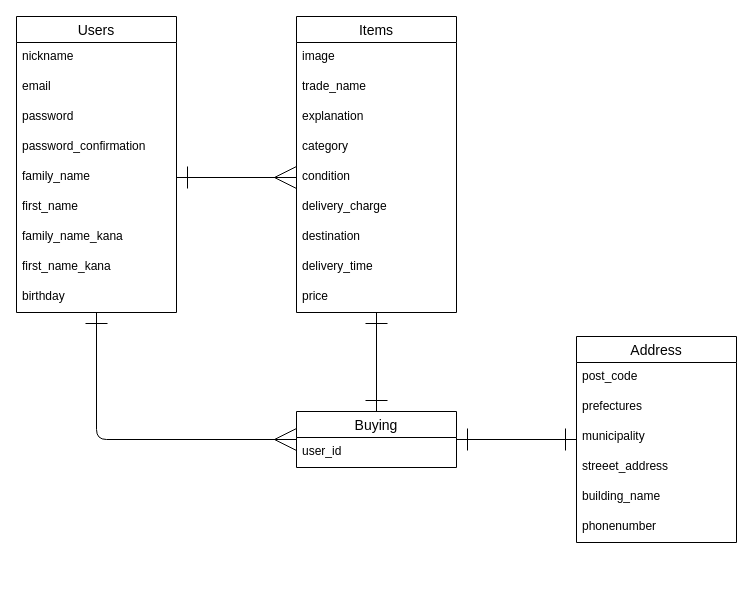
The draw.io diagram furima_ER.drawio.dio in maeda88/furima-39973, before the edit. Source tidied: cells renumbered, new cells numbered last; positions are measured from the earlier drawing's top-left corner, leaving out a move shared by most shapes. Both pictures are drawn from the tidied source at 100%, with x=0, y=0 at pixel (16, 16).
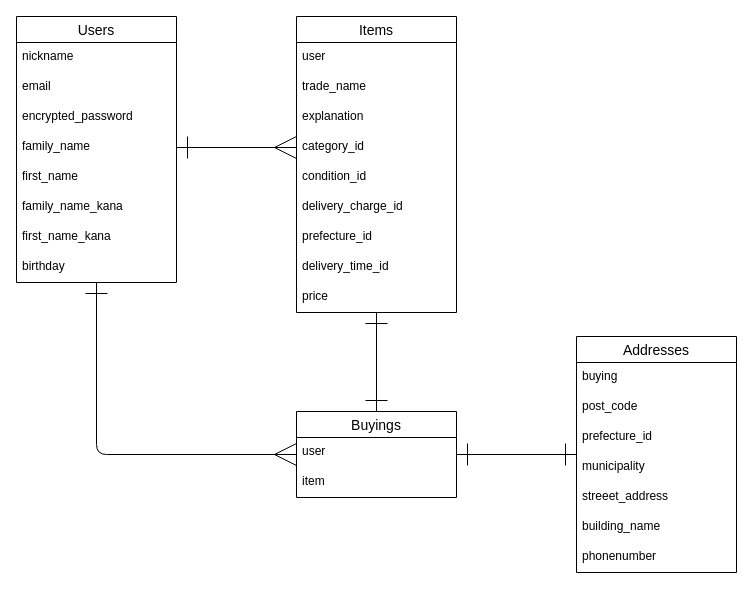
After the change.

Unchanged cells that the change refers to:
```xml
<mxCell id="14" value="Items" style="swimlane;fontStyle=0;horizontal=1;startSize=26;align=center;fontSize=14;" parent="1" vertex="1">
  <mxGeometry x="280" width="160" height="296" as="geometry" />
</mxCell>
```

What changed in the source:
```diff
@@
     <mxCell id="2" style="edgeStyle=none;html=1;entryX=0;entryY=0.5;entryDx=0;entryDy=0;strokeWidth=1;startArrow=ERone;startFill=0;endArrow=ERmany;endFill=0;startSize=20;endSize=20;" parent="1" edge="1" source="3" target="25">
       <mxGeometry relative="1" as="geometry">
         <Array as="points">
-          <mxPoint x="80" y="423" />
+          <mxPoint x="80" y="438" />
         </Array>
       </mxGeometry>
     </mxCell>
     <mxCell id="3" value="Users" style="swimlane;fontStyle=0;horizontal=1;startSize=26;align=center;fontSize=14;" parent="1" vertex="1">
-      <mxGeometry width="160" height="296" as="geometry" />
+      <mxGeometry width="160" height="266" as="geometry" />
     </mxCell>
@@
-    <mxCell id="6" value="password" style="text;strokeColor=none;fillColor=none;spacingLeft=4;spacingRight=4;overflow=hidden;fontSize=12;" parent="3" vertex="1">
+    <mxCell id="6" value="encrypted_password" style="text;strokeColor=none;fillColor=none;spacingLeft=4;spacingRight=4;overflow=hidden;fontSize=12;" parent="3" vertex="1">
       <mxGeometry y="86" width="160" height="30" as="geometry" />
     </mxCell>
-    <mxCell id="7" value="password_confirmation" style="text;strokeColor=none;fillColor=none;spacingLeft=4;spacingRight=4;overflow=hidden;fontSize=12;" parent="3" vertex="1">
-      <mxGeometry y="116" width="160" height="30" as="geometry" />
-    </mxCell>
     <mxCell id="8" value="family_name" style="text;strokeColor=none;fillColor=none;spacingLeft=4;spacingRight=4;overflow=hidden;points=[[0,0.5],[1,0.5]];portConstraint=eastwest;fontSize=12;" parent="3" vertex="1">
-      <mxGeometry y="146" width="160" height="30" as="geometry" />
+      <mxGeometry y="116" width="160" height="30" as="geometry" />
     </mxCell>
     <mxCell id="9" value="first_name" style="text;strokeColor=none;fillColor=none;spacingLeft=4;spacingRight=4;overflow=hidden;fontSize=12;" parent="3" vertex="1">
-      <mxGeometry y="176" width="160" height="30" as="geometry" />
+      <mxGeometry y="146" width="160" height="30" as="geometry" />
     </mxCell>
     <mxCell id="10" value="family_name_kana" style="text;strokeColor=none;fillColor=none;spacingLeft=4;spacingRight=4;overflow=hidden;fontSize=12;" parent="3" vertex="1">
-      <mxGeometry y="206" width="160" height="30" as="geometry" />
+      <mxGeometry y="176" width="160" height="30" as="geometry" />
     </mxCell>
     <mxCell id="11" value="first_name_kana" style="text;strokeColor=none;fillColor=none;spacingLeft=4;spacingRight=4;overflow=hidden;fontSize=12;" parent="3" vertex="1">
-      <mxGeometry y="236" width="160" height="30" as="geometry" />
+      <mxGeometry y="206" width="160" height="30" as="geometry" />
     </mxCell>
     <mxCell id="12" value="birthday" style="text;strokeColor=none;fillColor=none;spacingLeft=4;spacingRight=4;overflow=hidden;fontSize=12;" parent="3" vertex="1">
-      <mxGeometry y="266" width="160" height="30" as="geometry" />
+      <mxGeometry y="236" width="160" height="30" as="geometry" />
     </mxCell>
@@
-    <mxCell id="15" value="image" style="text;strokeColor=none;fillColor=none;spacingLeft=4;spacingRight=4;overflow=hidden;fontSize=12;" parent="14" vertex="1">
+    <mxCell id="15" value="user" style="text;strokeColor=none;fillColor=none;spacingLeft=4;spacingRight=4;overflow=hidden;fontSize=12;" parent="14" vertex="1">
       <mxGeometry y="26" width="160" height="30" as="geometry" />
     </mxCell>
@@
-    <mxCell id="18" value="category" style="text;strokeColor=none;fillColor=none;spacingLeft=4;spacingRight=4;overflow=hidden;points=[[0,0.5],[1,0.5]];portConstraint=eastwest;fontSize=12;" parent="14" vertex="1">
+    <mxCell id="18" value="category_id" style="text;strokeColor=none;fillColor=none;spacingLeft=4;spacingRight=4;overflow=hidden;points=[[0,0.5],[1,0.5]];portConstraint=eastwest;fontSize=12;" parent="14" vertex="1">
       <mxGeometry y="116" width="160" height="30" as="geometry" />
     </mxCell>
-    <mxCell id="19" value="condition" style="text;strokeColor=none;fillColor=none;spacingLeft=4;spacingRight=4;overflow=hidden;points=[[0,0.5],[1,0.5]];portConstraint=eastwest;fontSize=12;" parent="14" vertex="1">
+    <mxCell id="19" value="condition_id" style="text;strokeColor=none;fillColor=none;spacingLeft=4;spacingRight=4;overflow=hidden;points=[[0,0.5],[1,0.5]];portConstraint=eastwest;fontSize=12;" parent="14" vertex="1">
       <mxGeometry y="146" width="160" height="30" as="geometry" />
     </mxCell>
-    <mxCell id="20" value="delivery_charge" style="text;strokeColor=none;fillColor=none;spacingLeft=4;spacingRight=4;overflow=hidden;fontSize=12;" parent="14" vertex="1">
+    <mxCell id="20" value="delivery_charge_id" style="text;strokeColor=none;fillColor=none;spacingLeft=4;spacingRight=4;overflow=hidden;fontSize=12;" parent="14" vertex="1">
       <mxGeometry y="176" width="160" height="30" as="geometry" />
     </mxCell>
-    <mxCell id="21" value="destination" style="text;strokeColor=none;fillColor=none;spacingLeft=4;spacingRight=4;overflow=hidden;fontSize=12;" parent="14" vertex="1">
+    <mxCell id="21" value="prefecture_id" style="text;strokeColor=none;fillColor=none;spacingLeft=4;spacingRight=4;overflow=hidden;fontSize=12;" parent="14" vertex="1">
       <mxGeometry y="206" width="160" height="30" as="geometry" />
     </mxCell>
-    <mxCell id="22" value="delivery_time" style="text;strokeColor=none;fillColor=none;spacingLeft=4;spacingRight=4;overflow=hidden;fontSize=12;" parent="14" vertex="1">
+    <mxCell id="22" value="delivery_time_id" style="text;strokeColor=none;fillColor=none;spacingLeft=4;spacingRight=4;overflow=hidden;fontSize=12;" parent="14" vertex="1">
       <mxGeometry y="236" width="160" height="30" as="geometry" />
     </mxCell>
@@
-    <mxCell id="25" value="Buying" style="swimlane;fontStyle=0;horizontal=1;startSize=26;align=center;fontSize=14;" parent="1" vertex="1">
-      <mxGeometry x="280" y="395" width="160" height="56" as="geometry" />
+    <mxCell id="25" value="Buyings" style="swimlane;fontStyle=0;horizontal=1;startSize=26;align=center;fontSize=14;" parent="1" vertex="1">
+      <mxGeometry x="280" y="395" width="160" height="86" as="geometry" />
     </mxCell>
-    <mxCell id="26" value="user_id" style="text;strokeColor=none;fillColor=none;spacingLeft=4;spacingRight=4;overflow=hidden;fontSize=12;" parent="25" vertex="1">
+    <mxCell id="26" value="user" style="text;strokeColor=none;fillColor=none;spacingLeft=4;spacingRight=4;overflow=hidden;fontSize=12;" parent="25" vertex="1">
       <mxGeometry y="26" width="160" height="30" as="geometry" />
     </mxCell>
+    <mxCell id="35" value="item" style="text;strokeColor=none;fillColor=none;spacingLeft=4;spacingRight=4;overflow=hidden;fontSize=12;" parent="25" vertex="1">
+      <mxGeometry y="56" width="160" height="30" as="geometry" />
+    </mxCell>
-    <mxCell id="27" value="Address" style="swimlane;fontStyle=0;horizontal=1;startSize=26;align=center;fontSize=14;" parent="1" vertex="1">
-      <mxGeometry x="560" y="320" width="160" height="206" as="geometry" />
+    <mxCell id="27" value="Addresses" style="swimlane;fontStyle=0;horizontal=1;startSize=26;align=center;fontSize=14;" parent="1" vertex="1">
+      <mxGeometry x="560" y="320" width="160" height="236" as="geometry" />
     </mxCell>
+    <mxCell id="36" value="buying" style="text;strokeColor=none;fillColor=none;spacingLeft=4;spacingRight=4;overflow=hidden;fontSize=12;" parent="27" vertex="1">
+      <mxGeometry y="26" width="160" height="30" as="geometry" />
+    </mxCell>
     <mxCell id="28" value="post_code" style="text;strokeColor=none;fillColor=none;spacingLeft=4;spacingRight=4;overflow=hidden;fontSize=12;" parent="27" vertex="1">
-      <mxGeometry y="26" width="160" height="30" as="geometry" />
+      <mxGeometry y="56" width="160" height="30" as="geometry" />
     </mxCell>
-    <mxCell id="29" value="prefectures" style="text;strokeColor=none;fillColor=none;spacingLeft=4;spacingRight=4;overflow=hidden;fontSize=12;" parent="27" vertex="1">
-      <mxGeometry y="56" width="160" height="30" as="geometry" />
+    <mxCell id="29" value="prefecture_id" style="text;strokeColor=none;fillColor=none;spacingLeft=4;spacingRight=4;overflow=hidden;fontSize=12;" parent="27" vertex="1">
+      <mxGeometry y="86" width="160" height="30" as="geometry" />
     </mxCell>
     <mxCell id="30" value="municipality" style="text;strokeColor=none;fillColor=none;spacingLeft=4;spacingRight=4;overflow=hidden;fontSize=12;" parent="27" vertex="1">
-      <mxGeometry y="86" width="160" height="30" as="geometry" />
+      <mxGeometry y="116" width="160" height="30" as="geometry" />
     </mxCell>
     <mxCell id="31" value="streeet_address" style="text;strokeColor=none;fillColor=none;spacingLeft=4;spacingRight=4;overflow=hidden;fontSize=12;" parent="27" vertex="1">
-      <mxGeometry y="116" width="160" height="30" as="geometry" />
+      <mxGeometry y="146" width="160" height="30" as="geometry" />
     </mxCell>
     <mxCell id="32" value="building_name" style="text;strokeColor=none;fillColor=none;spacingLeft=4;spacingRight=4;overflow=hidden;fontSize=12;" parent="27" vertex="1">
-      <mxGeometry y="146" width="160" height="30" as="geometry" />
+      <mxGeometry y="176" width="160" height="30" as="geometry" />
     </mxCell>
     <mxCell id="33" value="phonenumber" style="text;strokeColor=none;fillColor=none;spacingLeft=4;spacingRight=4;overflow=hidden;fontSize=12;" parent="27" vertex="1">
-      <mxGeometry y="176" width="160" height="30" as="geometry" />
+      <mxGeometry y="206" width="160" height="30" as="geometry" />
     </mxCell>
-    <mxCell id="34" style="edgeStyle=none;html=1;exitX=1;exitY=0.5;exitDx=0;exitDy=0;entryX=0;entryY=0.5;entryDx=0;entryDy=0;endArrow=ERmany;endFill=0;endSize=20;strokeWidth=1;startArrow=ERone;startFill=0;startSize=20;" parent="1" edge="1" source="8" target="19">
+    <mxCell id="34" style="edgeStyle=none;html=1;exitX=1;exitY=0.5;exitDx=0;exitDy=0;entryX=0;entryY=0.5;entryDx=0;entryDy=0;endArrow=ERmany;endFill=0;endSize=20;strokeWidth=1;startArrow=ERone;startFill=0;startSize=20;" parent="1" edge="1" source="8" target="18">
       <mxGeometry relative="1" as="geometry" />
     </mxCell>
```
